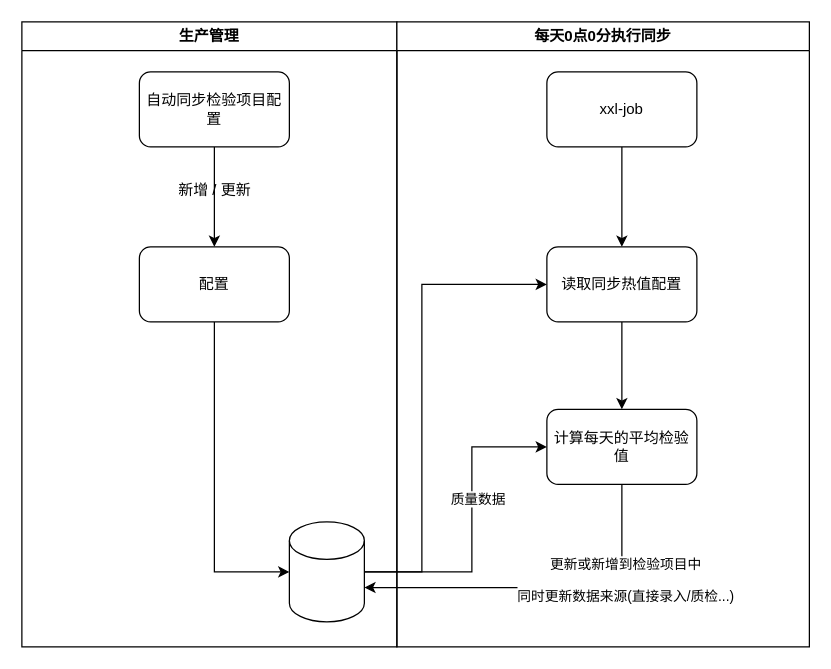
This is Temp.drawio from Leo-Lee-j/sketch, a draw.io file, before an edit. Source tidied: cells renumbered, new cells numbered last; positions are measured from the earlier drawing's top-left corner, leaving out a move shared by most shapes. Both pictures are drawn from the tidied source at 125%, with x=0, y=0 at pixel (21, 21).
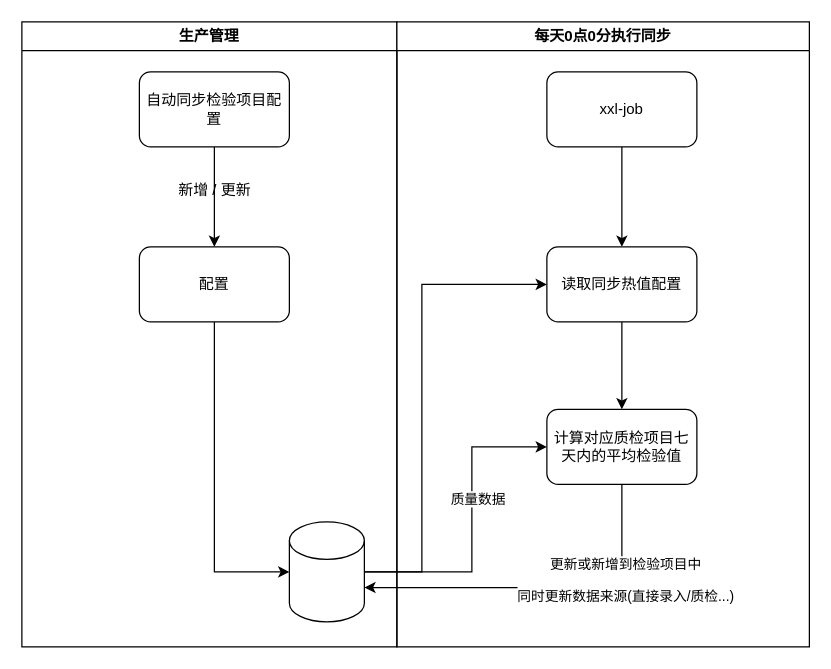
Above is the later version.

Unchanged cells that the change refers to:
```xml
<mxCell id="9" value="每天0点0分执行同步" style="swimlane;whiteSpace=wrap;html=1;" parent="1" vertex="1">
  <mxGeometry x="300" width="330" height="500" as="geometry" />
</mxCell>
```

Diff of the diagram source:
```diff
@@
-    <mxCell id="14" value="计算每天的平均检验值" style="rounded=1;whiteSpace=wrap;html=1;" parent="9" vertex="1">
+    <mxCell id="14" value="计算对应质检项目七天内的平均检验值" style="rounded=1;whiteSpace=wrap;html=1;" parent="9" vertex="1">
       <mxGeometry x="120" y="310" width="120" height="60" as="geometry" />
     </mxCell>
```
